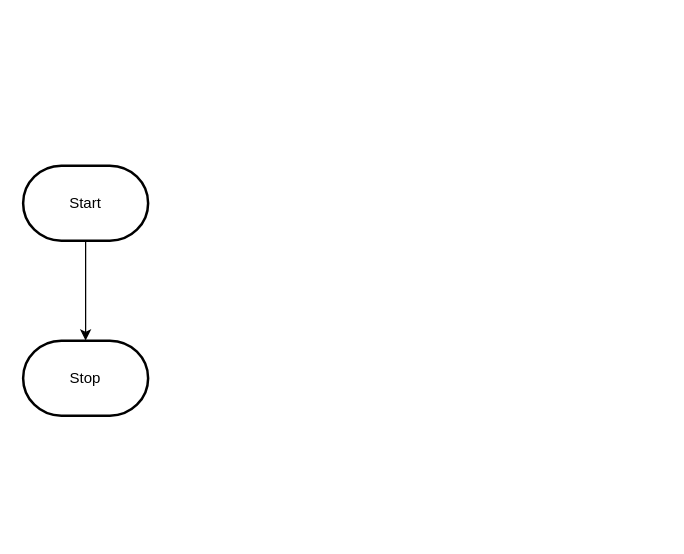
The draw.io diagram design/flowchart.drawio in MTHS-ICS2O-2-2022/ICS2O-Assignment-05-Mohamad-Tanbari, before the edit. Source tidied: cells renumbered, new cells numbered last; positions are measured from the earlier drawing's top-left corner, leaving out a move shared by most shapes. Both pictures are drawn from the tidied source at 125%, with x=0, y=0 at pixel (22, 165).
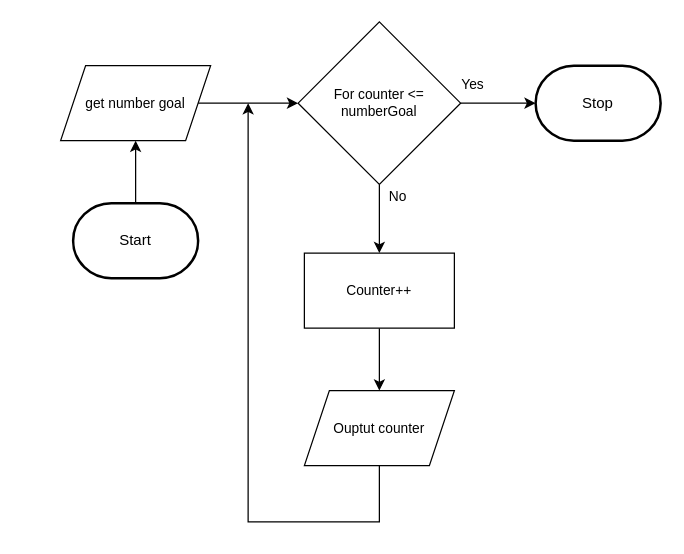
The same diagram, later.

Commit message (it also covers changes not shown here):
flowchart and storyboards

Diff of the diagram source:
```diff
@@
 <mxGraphModel>
   <root>
     <mxCell id="0" />
     <mxCell id="1" parent="0" />
-    <mxCell id="2" style="edgeStyle=orthogonalEdgeStyle;html=1;rounded=0;" parent="1" edge="1" source="3" target="4">
-      <mxGeometry relative="1" as="geometry" />
-    </mxCell>
+    <mxCell id="5" style="edgeStyle=orthogonalEdgeStyle;shape=connector;rounded=0;html=1;labelBackgroundColor=default;strokeColor=default;fontFamily=Helvetica;fontSize=11;fontColor=default;endArrow=classic;" parent="1" edge="1" source="3" target="2">
+      <mxGeometry relative="1" as="geometry" />
+    </mxCell>
     <mxCell id="3" value="Start" style="strokeWidth=2;html=1;shape=mxgraph.flowchart.terminator;whiteSpace=wrap;" parent="1" vertex="1">
-      <mxGeometry width="100" height="60" as="geometry" />
+      <mxGeometry x="40" y="30" width="100" height="60" as="geometry" />
     </mxCell>
     <mxCell id="4" value="Stop" style="strokeWidth=2;html=1;shape=mxgraph.flowchart.terminator;whiteSpace=wrap;" parent="1" vertex="1">
-      <mxGeometry y="140" width="100" height="60" as="geometry" />
+      <mxGeometry x="410" y="-80" width="100" height="60" as="geometry" />
     </mxCell>
+    <mxCell id="6" style="edgeStyle=orthogonalEdgeStyle;shape=connector;rounded=0;html=1;labelBackgroundColor=default;strokeColor=default;fontFamily=Helvetica;fontSize=11;fontColor=default;endArrow=classic;" parent="1" edge="1" source="2" target="9">
+      <mxGeometry relative="1" as="geometry" />
+    </mxCell>
+    <mxCell id="2" value="get number goal" style="shape=parallelogram;perimeter=parallelogramPerimeter;whiteSpace=wrap;html=1;fixedSize=1;fontFamily=Helvetica;fontSize=11;fontColor=default;" parent="1" vertex="1">
+      <mxGeometry x="30" y="-80" width="120" height="60" as="geometry" />
+    </mxCell>
+    <mxCell id="7" style="edgeStyle=orthogonalEdgeStyle;shape=connector;rounded=0;html=1;entryX=0.5;entryY=0;entryDx=0;entryDy=0;labelBackgroundColor=default;strokeColor=default;fontFamily=Helvetica;fontSize=11;fontColor=default;endArrow=classic;" parent="1" edge="1" source="9" target="11">
+      <mxGeometry relative="1" as="geometry" />
+    </mxCell>
+    <mxCell id="8" style="edgeStyle=orthogonalEdgeStyle;shape=connector;rounded=0;html=1;entryX=0;entryY=0.5;entryDx=0;entryDy=0;entryPerimeter=0;labelBackgroundColor=default;strokeColor=default;fontFamily=Helvetica;fontSize=11;fontColor=default;endArrow=classic;" parent="1" edge="1" source="9" target="4">
+      <mxGeometry relative="1" as="geometry" />
+    </mxCell>
+    <mxCell id="9" value="For counter &amp;lt;= numberGoal" style="rhombus;whiteSpace=wrap;html=1;fontFamily=Helvetica;fontSize=11;fontColor=default;" parent="1" vertex="1">
+      <mxGeometry x="220" y="-115" width="130" height="130" as="geometry" />
+    </mxCell>
+    <mxCell id="10" style="edgeStyle=orthogonalEdgeStyle;shape=connector;rounded=0;html=1;labelBackgroundColor=default;strokeColor=default;fontFamily=Helvetica;fontSize=11;fontColor=default;endArrow=classic;entryX=0.5;entryY=0;entryDx=0;entryDy=0;" parent="1" edge="1" source="11" target="14">
+      <mxGeometry relative="1" as="geometry" />
+    </mxCell>
+    <mxCell id="11" value="Counter++" style="rounded=0;whiteSpace=wrap;html=1;fontFamily=Helvetica;fontSize=11;fontColor=default;" parent="1" vertex="1">
+      <mxGeometry x="225" y="70" width="120" height="60" as="geometry" />
+    </mxCell>
+    <mxCell id="12" value="No" style="text;html=1;strokeColor=none;fillColor=none;align=center;verticalAlign=middle;whiteSpace=wrap;rounded=0;fontFamily=Helvetica;fontSize=11;fontColor=default;" parent="1" vertex="1">
+      <mxGeometry x="270" y="10" width="60" height="30" as="geometry" />
+    </mxCell>
+    <mxCell id="13" style="edgeStyle=orthogonalEdgeStyle;shape=connector;rounded=0;html=1;labelBackgroundColor=default;strokeColor=default;fontFamily=Helvetica;fontSize=11;fontColor=default;endArrow=classic;" parent="1" edge="1" source="14">
+      <mxGeometry relative="1" as="geometry">
+        <mxPoint x="180" y="-50" as="targetPoint" />
+        <Array as="points">
+          <mxPoint x="285" y="285" />
+          <mxPoint x="180" y="285" />
+          <mxPoint x="180" y="10" />
+        </Array>
+      </mxGeometry>
+    </mxCell>
+    <mxCell id="14" value="Ouptut counter" style="shape=parallelogram;perimeter=parallelogramPerimeter;whiteSpace=wrap;html=1;fixedSize=1;fontFamily=Helvetica;fontSize=11;fontColor=default;" parent="1" vertex="1">
+      <mxGeometry x="225" y="180" width="120" height="60" as="geometry" />
+    </mxCell>
+    <mxCell id="15" value="Yes" style="text;html=1;strokeColor=none;fillColor=none;align=center;verticalAlign=middle;whiteSpace=wrap;rounded=0;fontFamily=Helvetica;fontSize=11;fontColor=default;" parent="1" vertex="1">
+      <mxGeometry x="330" y="-80" width="60" height="30" as="geometry" />
+    </mxCell>
   </root>
 </mxGraphModel>
```
